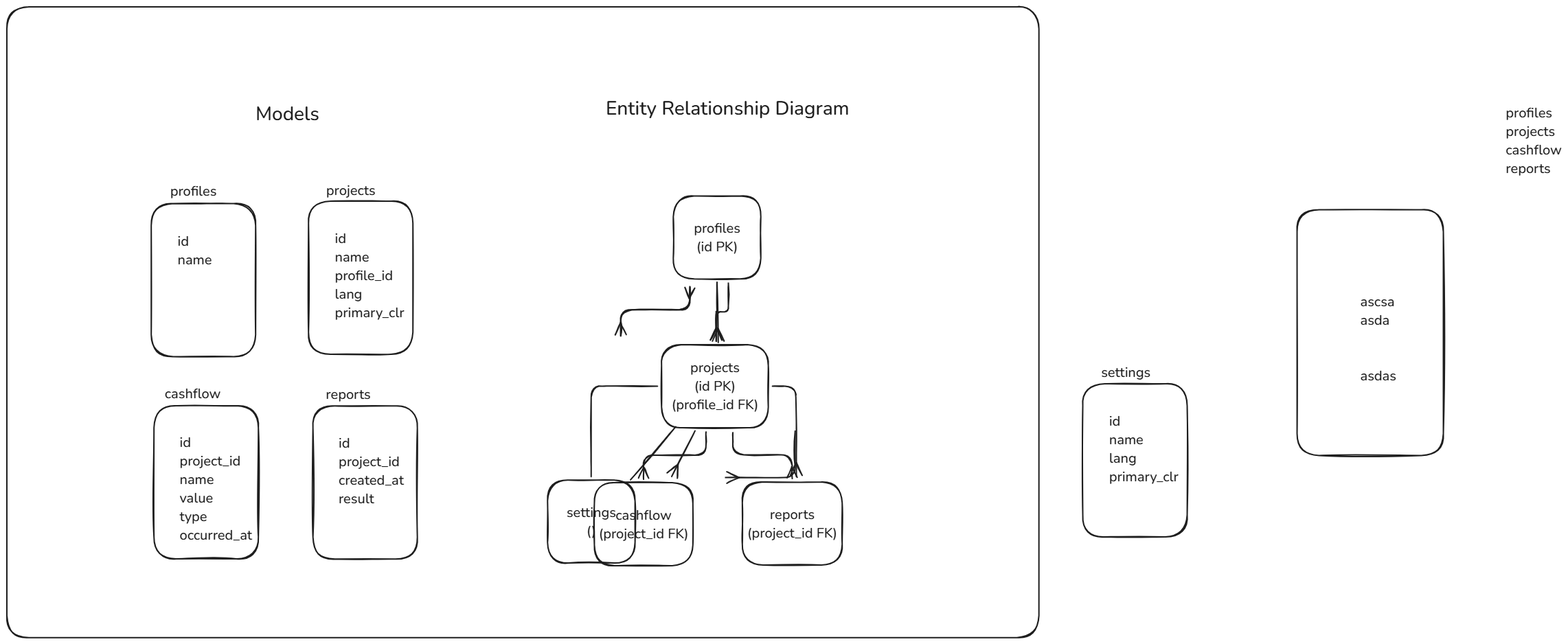
This is docs/models_and_erd.excalidraw.png from mrtnstl/money-manager, a Excalidraw export, as it was before one commit. Source tidied: one line per element, renumbered; positions are measured from the earlier drawing's top-left corner, leaving out a move shared by most shapes.
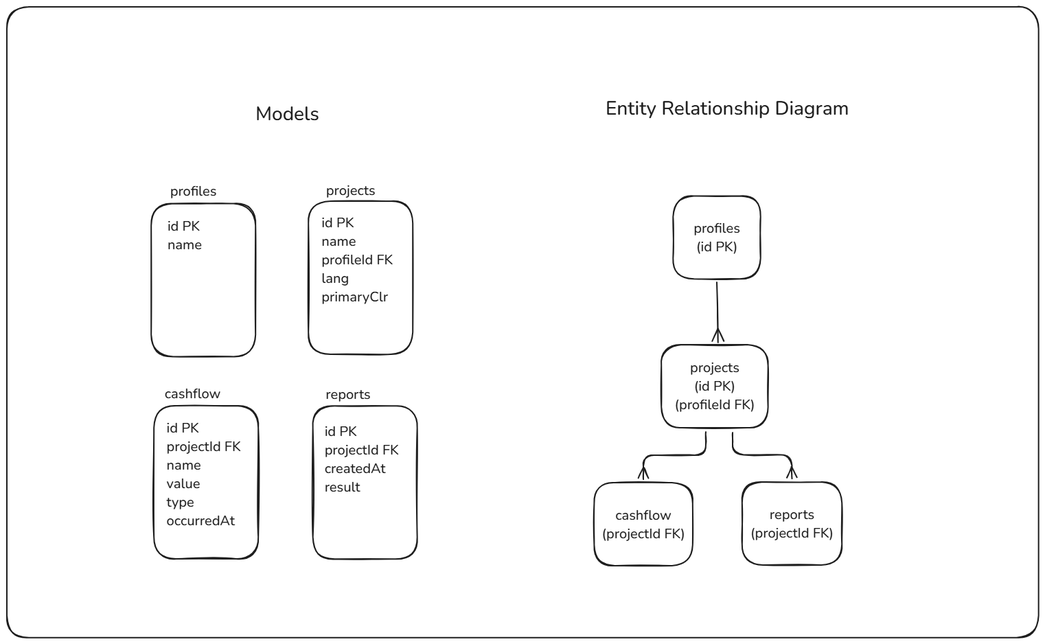
The same diagram one commit later.

Commit message:
change: attribute names of entities from snake case to camel case

Diff of the diagram source:
```diff
@@ -2,24 +2,24 @@
 {"id": 1, "type": "rectangle", "strokeColor": "#1e1e1e", "strokeWidth": 2, "roughness": 1, "round": true, "x": 970, "y": 276, "width": 127, "height": 121}
 {"id": 2, "type": "text", "text": "profiles\n(id PK)", "strokeColor": "#1e1e1e", "strokeWidth": 2, "roughness": 1, "fontSize": 20, "fontFamily": 6, "textAlign": "center", "verticalAlign": "middle", "inside": 1, "x": 1000, "y": 309, "width": 68, "height": 54}
 {"id": 3, "type": "rectangle", "strokeColor": "#1e1e1e", "strokeWidth": 2, "roughness": 1, "round": true, "x": 953, "y": 492, "width": 155, "height": 121}
-{"id": 4, "type": "text", "text": "projects\n(id PK)\n(profile_id FK)", "strokeColor": "#1e1e1e", "strokeWidth": 2, "roughness": 1, "fontSize": 20, "fontFamily": 6, "textAlign": "center", "verticalAlign": "middle", "inside": 3, "x": 968, "y": 512, "width": 127, "height": 81}
+{"id": 4, "type": "text", "text": "projects\n(id PK)\n(profileId FK)", "strokeColor": "#1e1e1e", "strokeWidth": 2, "roughness": 1, "fontSize": 20, "fontFamily": 6, "textAlign": "center", "verticalAlign": "middle", "inside": 3, "x": 972, "y": 512, "width": 117, "height": 81}
 {"id": 5, "type": "rectangle", "strokeColor": "#1e1e1e", "strokeWidth": 2, "roughness": 1, "round": true, "x": 855, "y": 693, "width": 143, "height": 121}
-{"id": 6, "type": "text", "text": "cashflow\n(project_id FK)", "strokeColor": "#1e1e1e", "strokeWidth": 2, "roughness": 1, "fontSize": 20, "fontFamily": 6, "textAlign": "center", "verticalAlign": "middle", "inside": 5, "x": 862, "y": 727, "width": 131, "height": 54}
+{"id": 6, "type": "text", "text": "cashflow\n(projectId FK)", "strokeColor": "#1e1e1e", "strokeWidth": 2, "roughness": 1, "fontSize": 20, "fontFamily": 6, "textAlign": "center", "verticalAlign": "middle", "inside": 5, "x": 867, "y": 727, "width": 121, "height": 54}
 {"id": 7, "type": "rectangle", "strokeColor": "#1e1e1e", "strokeWidth": 2, "roughness": 1, "round": true, "x": 210, "y": 287, "width": 152, "height": 223}
-{"id": 8, "type": "text", "text": "id\nname\n", "strokeColor": "#1e1e1e", "strokeWidth": 2, "roughness": 1, "fontSize": 20, "fontFamily": 6, "x": 248, "y": 328, "width": 50, "height": 81}
+{"id": 8, "type": "text", "text": "id PK\nname\n", "strokeColor": "#1e1e1e", "strokeWidth": 2, "roughness": 1, "fontSize": 20, "fontFamily": 6, "x": 234, "y": 306, "width": 50, "height": 81}
 {"id": 9, "type": "rectangle", "strokeColor": "#1e1e1e", "strokeWidth": 2, "roughness": 1, "round": true, "x": 439, "y": 283, "width": 152, "height": 223}
-{"id": 10, "type": "text", "text": "id\nname\nprofile_id\nlang\nprimary_clr", "strokeColor": "#1e1e1e", "strokeWidth": 2, "roughness": 1, "fontSize": 20, "fontFamily": 6, "x": 477, "y": 324, "width": 101, "height": 135}
+{"id": 10, "type": "text", "text": "id PK\nname\nprofileId FK\nlang\nprimaryClr", "strokeColor": "#1e1e1e", "strokeWidth": 2, "roughness": 1, "fontSize": 20, "fontFamily": 6, "x": 458, "y": 301, "width": 104, "height": 135}
 {"id": 11, "type": "rectangle", "strokeColor": "#1e1e1e", "strokeWidth": 2, "roughness": 1, "round": true, "x": 214, "y": 581, "width": 152, "height": 223}
-{"id": 12, "type": "text", "text": "id\nproject_id\nname\nvalue\ntype\noccurred_at", "strokeColor": "#1e1e1e", "strokeWidth": 2, "roughness": 1, "fontSize": 20, "fontFamily": 6, "x": 251, "y": 621, "width": 106, "height": 162}
+{"id": 12, "type": "text", "text": "id PK\nprojectId FK\nname\nvalue\ntype\noccurredAt", "strokeColor": "#1e1e1e", "strokeWidth": 2, "roughness": 1, "fontSize": 20, "fontFamily": 6, "x": 233, "y": 600, "width": 108, "height": 162}
 {"id": 13, "type": "rectangle", "strokeColor": "#1e1e1e", "strokeWidth": 2, "roughness": 1, "round": true, "x": 1071, "y": 692, "width": 145, "height": 121}
-{"id": 14, "type": "text", "text": "reports\n(project_id FK)", "strokeColor": "#1e1e1e", "strokeWidth": 2, "roughness": 1, "fontSize": 20, "fontFamily": 6, "textAlign": "center", "verticalAlign": "middle", "inside": 13, "x": 1078, "y": 726, "width": 131, "height": 54}
+{"id": 14, "type": "text", "text": "reports\n(projectId FK)", "strokeColor": "#1e1e1e", "strokeWidth": 2, "roughness": 1, "fontSize": 20, "fontFamily": 6, "textAlign": "center", "verticalAlign": "middle", "inside": 13, "x": 1083, "y": 726, "width": 121, "height": 54}
 {"id": 15, "type": "arrow", "strokeColor": "#1e1e1e", "strokeWidth": 2, "roughness": 1, "endArrowhead": "crowfoot_many", "from": 1, "to": 3, "x": 1034, "y": 401, "width": 2, "height": 87, "points": [[0, 0], [2, 87]]}
 {"id": 16, "type": "text", "text": "Models", "strokeColor": "#1e1e1e", "strokeWidth": 2, "roughness": 1, "fontSize": 28, "fontFamily": 6, "x": 362, "y": 137, "width": 93, "height": 38}
 {"id": 17, "type": "text", "text": "profiles", "strokeColor": "#1e1e1e", "strokeWidth": 2, "roughness": 1, "fontSize": 20, "fontFamily": 6, "x": 238, "y": 255, "width": 68, "height": 27}
 {"id": 18, "type": "text", "text": "projects", "strokeColor": "#1e1e1e", "strokeWidth": 2, "roughness": 1, "fontSize": 20, "fontFamily": 6, "x": 465, "y": 254, "width": 72, "height": 27}
 {"id": 19, "type": "text", "text": "cashflow", "strokeColor": "#1e1e1e", "strokeWidth": 2, "roughness": 1, "fontSize": 20, "fontFamily": 6, "x": 230, "y": 550, "width": 82, "height": 27}
 {"id": 20, "type": "rectangle", "strokeColor": "#1e1e1e", "strokeWidth": 2, "roughness": 1, "round": true, "x": 446, "y": 581, "width": 152, "height": 223}
-{"id": 21, "type": "text", "text": "id\nproject_id\ncreated_at\nresult", "strokeColor": "#1e1e1e", "strokeWidth": 2, "roughness": 1, "fontSize": 20, "fontFamily": 6, "x": 483, "y": 622, "width": 95, "height": 108}
+{"id": 21, "type": "text", "text": "id PK\nprojectId FK\ncreatedAt\nresult", "strokeColor": "#1e1e1e", "strokeWidth": 2, "roughness": 1, "fontSize": 20, "fontFamily": 6, "x": 463, "y": 604, "width": 108, "height": 108}
 {"id": 22, "type": "text", "text": "reports", "strokeColor": "#1e1e1e", "strokeWidth": 2, "roughness": 1, "fontSize": 20, "fontFamily": 6, "x": 464, "y": 551, "width": 65, "height": 27}
 {"id": 23, "type": "arrow", "strokeColor": "#1e1e1e", "strokeWidth": 2, "roughness": 1, "endArrowhead": "crowfoot_many", "from": 3, "to": 13, "x": 1057, "y": 620, "width": 86, "height": 67, "points": [[0, 0], [0, 32], [86, 32], [86, 67]]}
 {"id": 24, "type": "arrow", "strokeColor": "#1e1e1e", "strokeWidth": 2, "roughness": 1, "endArrowhead": "crowfoot_many", "from": 3, "to": 5, "x": 1018, "y": 619, "width": 91, "height": 69, "points": [[0, 0], [0, 34], [-91, 34], [-91, 69]]}
```
